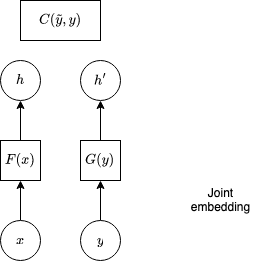
Earlier version of the draw.io export machine_learning/diagrams/joint_embedding.drawio.png (analytiq-hub/sigagent.github.io). Source tidied: cells renumbered, new cells last; positions are measured from the earlier drawing's top-left corner, leaving out a move shared by most shapes.
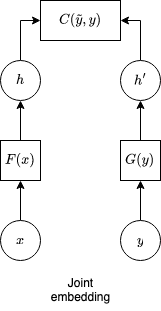
Later version of the same file.

The edit, as a diff of the source:
```diff
@@ -6,13 +6,13 @@
       <mxGeometry relative="1" as="geometry" />
     </mxCell>
     <mxCell id="3" value="$$x$$" style="ellipse;whiteSpace=wrap;html=1;" parent="1" vertex="1">
-      <mxGeometry y="220" width="40" height="40" as="geometry" />
+      <mxGeometry x="-20" y="220" width="40" height="40" as="geometry" />
     </mxCell>
     <mxCell id="4" style="edgeStyle=orthogonalEdgeStyle;rounded=0;jettySize=auto;html=1;exitX=0.5;exitY=0;exitDx=0;exitDy=0;entryX=0.5;entryY=1;entryDx=0;entryDy=0;" parent="1" edge="1" source="5" target="13">
       <mxGeometry relative="1" as="geometry" />
     </mxCell>
     <mxCell id="5" value="$$G(y)$$" style="rounded=0;whiteSpace=wrap;html=1;" parent="1" vertex="1">
-      <mxGeometry x="80" y="140" width="40" height="40" as="geometry" />
+      <mxGeometry x="100" y="140" width="40" height="40" as="geometry" />
     </mxCell>
     <mxCell id="6" style="edgeStyle=orthogonalEdgeStyle;rounded=0;orthogonalLoop=1;jettySize=auto;html=1;exitX=0.5;exitY=1;exitDx=0;exitDy=0;" parent="1" edge="1" source="5" target="5">
       <mxGeometry relative="1" as="geometry" />
@@ -21,22 +21,28 @@
       <mxGeometry relative="1" as="geometry" />
     </mxCell>
     <mxCell id="8" value="&lt;div&gt;$$y$$&lt;/div&gt;" style="ellipse;whiteSpace=wrap;html=1;" parent="1" vertex="1">
-      <mxGeometry x="80" y="220" width="40" height="40" as="geometry" />
+      <mxGeometry x="100" y="220" width="40" height="40" as="geometry" />
     </mxCell>
     <mxCell id="9" value="&lt;div&gt;Joint&lt;/div&gt;&lt;div&gt;embedding&lt;br&gt;&lt;/div&gt;" style="text;html=1;align=center;verticalAlign=middle;strokeColor=none;fillColor=none;" parent="1" vertex="1">
-      <mxGeometry x="180" y="180" width="80" height="40" as="geometry" />
+      <mxGeometry x="20" y="270" width="80" height="40" as="geometry" />
     </mxCell>
     <mxCell id="10" style="edgeStyle=orthogonalEdgeStyle;rounded=0;jettySize=auto;html=1;exitX=0.5;exitY=0;exitDx=0;exitDy=0;entryX=0.5;entryY=1;entryDx=0;entryDy=0;" parent="1" edge="1" source="11" target="12">
       <mxGeometry relative="1" as="geometry" />
     </mxCell>
     <mxCell id="11" value="$$F(x)$$" style="rounded=0;whiteSpace=wrap;html=1;" parent="1" vertex="1">
-      <mxGeometry y="140" width="40" height="40" as="geometry" />
+      <mxGeometry x="-20" y="140" width="40" height="40" as="geometry" />
     </mxCell>
+    <mxCell id="15" style="edgeStyle=orthogonalEdgeStyle;rounded=0;jettySize=auto;html=1;exitX=0.5;exitY=0;exitDx=0;exitDy=0;entryX=0;entryY=0.5;entryDx=0;entryDy=0;" parent="1" edge="1" source="12" target="14">
+      <mxGeometry relative="1" as="geometry" />
+    </mxCell>
     <mxCell id="12" value="$$h$$" style="ellipse;whiteSpace=wrap;html=1;" parent="1" vertex="1">
-      <mxGeometry y="60" width="40" height="40" as="geometry" />
+      <mxGeometry x="-20" y="60" width="40" height="40" as="geometry" />
     </mxCell>
+    <mxCell id="16" style="edgeStyle=orthogonalEdgeStyle;rounded=0;jettySize=auto;html=1;exitX=0.5;exitY=0;exitDx=0;exitDy=0;entryX=1;entryY=0.5;entryDx=0;entryDy=0;" parent="1" edge="1" source="13" target="14">
+      <mxGeometry relative="1" as="geometry" />
+    </mxCell>
     <mxCell id="13" value="$$h'$$" style="ellipse;whiteSpace=wrap;html=1;" parent="1" vertex="1">
-      <mxGeometry x="80" y="60" width="40" height="40" as="geometry" />
+      <mxGeometry x="100" y="60" width="40" height="40" as="geometry" />
     </mxCell>
     <mxCell id="14" value="$$C(\tilde{y},y)$$" style="rounded=0;whiteSpace=wrap;html=1;" parent="1" vertex="1">
       <mxGeometry x="20" width="80" height="40" as="geometry" />
```
